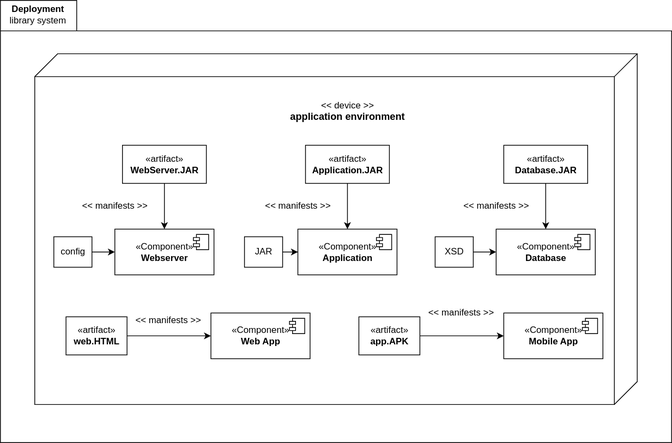
Before: UML-Deployment-Diagram-Library-System.svg, a diagram exported from draw.io (treeindev/uml-diagrams). Source tidied: cells renumbered, new cells last; positions are measured from the earlier drawing's top-left corner, leaving out a move shared by most shapes.
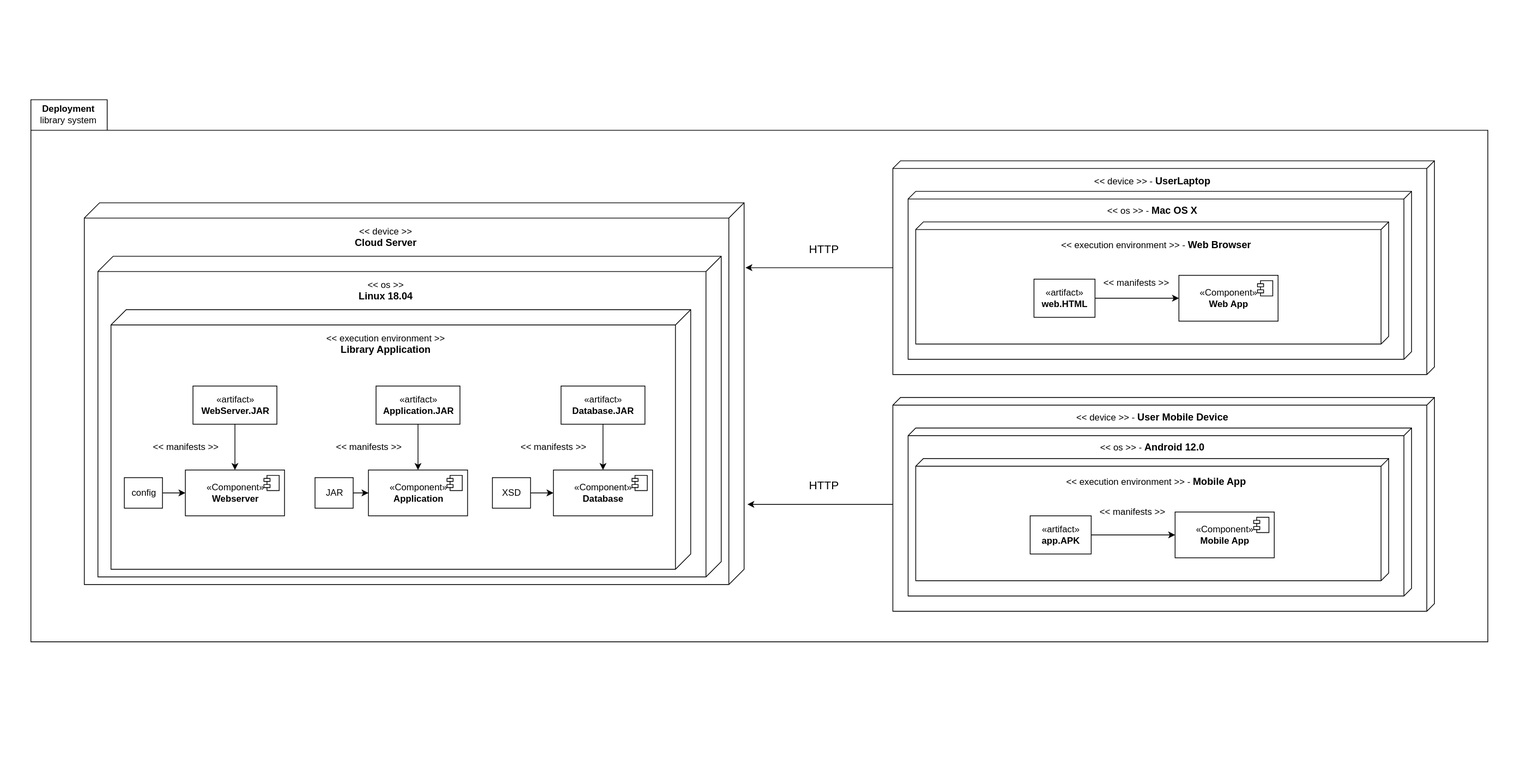
After the change.

Change to the diagram source:
```diff
@@ -2,120 +2,183 @@
   <root>
     <mxCell id="0" />
     <mxCell id="1" parent="0" />
-    <mxCell id="2" style="shape=folder;fontStyle=1;spacingTop=10;tabWidth=100;tabHeight=40;tabPosition=left;html=1;" parent="1" vertex="1">
-      <mxGeometry width="880" height="580" as="geometry" />
-    </mxCell>
+    <mxCell id="37" style="html=1;strokeColor=none;" parent="1" vertex="1">
+      <mxGeometry x="-40" y="590" width="2010" height="1005" as="geometry" />
+    </mxCell>
+    <mxCell id="38" style="shape=folder;fontStyle=1;spacingTop=10;tabWidth=100;tabHeight=40;tabPosition=left;html=1;" parent="1" vertex="1">
+      <mxGeometry y="720" width="1910" height="710" as="geometry" />
+    </mxCell>
     <mxCell id="3" value="&lt;b&gt;Deployment&lt;/b&gt;&lt;br&gt;library system" style="text;html=1;align=center;verticalAlign=middle;strokeColor=none;fillColor=none;" parent="1" vertex="1">
-      <mxGeometry x="4" y="4" width="90" height="30" as="geometry" />
+      <mxGeometry x="4" y="724" width="90" height="30" as="geometry" />
     </mxCell>
-    <mxCell id="4" value="&lt;br&gt;" style="verticalAlign=top;align=left;spacingTop=8;spacingLeft=2;spacingRight=12;shape=cube;size=30;direction=south;fontStyle=4;html=1;" parent="1" vertex="1">
-      <mxGeometry x="45" y="70" width="790" height="460" as="geometry" />
-    </mxCell>
-    <mxCell id="5" value="&amp;lt;&amp;lt; device &amp;gt;&amp;gt;&lt;br&gt;&lt;b&gt;&lt;font style=&quot;font-size: 13px&quot;&gt;application environment&lt;/font&gt;&lt;/b&gt;" style="text;html=1;align=center;verticalAlign=middle;strokeColor=none;fillColor=none;" parent="1" vertex="1">
-      <mxGeometry x="370" y="130" width="170" height="30" as="geometry" />
-    </mxCell>
+    <mxCell id="39" value="&lt;br&gt;" style="verticalAlign=top;align=left;spacingTop=8;spacingLeft=2;spacingRight=12;shape=cube;size=20;direction=south;fontStyle=4;html=1;" parent="1" vertex="1">
+      <mxGeometry x="70" y="855" width="865" height="500" as="geometry" />
+    </mxCell>
+    <mxCell id="40" value="&amp;lt;&amp;lt; device &amp;gt;&amp;gt;&lt;br&gt;&lt;b&gt;&lt;font style=&quot;font-size: 13px&quot;&gt;Cloud Server&lt;/font&gt;&lt;/b&gt;" style="text;html=1;align=center;verticalAlign=middle;strokeColor=none;fillColor=none;" parent="1" vertex="1">
+      <mxGeometry x="415" y="885" width="100" height="30" as="geometry" />
+    </mxCell>
+    <mxCell id="41" value="&lt;br&gt;" style="verticalAlign=top;align=left;spacingTop=8;spacingLeft=2;spacingRight=12;shape=cube;size=20;direction=south;fontStyle=4;html=1;" parent="1" vertex="1">
+      <mxGeometry x="87.9" y="925" width="817.1" height="420" as="geometry" />
+    </mxCell>
+    <mxCell id="42" value="&amp;lt;&amp;lt; os &amp;gt;&amp;gt;&lt;br&gt;&lt;b&gt;&lt;font style=&quot;font-size: 13px&quot;&gt;Linux 18.04&lt;/font&gt;&lt;/b&gt;" style="text;html=1;align=center;verticalAlign=middle;strokeColor=none;fillColor=none;" parent="1" vertex="1">
+      <mxGeometry x="420" y="955" width="90" height="30" as="geometry" />
+    </mxCell>
+    <mxCell id="43" value="&lt;br&gt;" style="verticalAlign=top;align=left;spacingTop=8;spacingLeft=2;spacingRight=12;shape=cube;size=20;direction=south;fontStyle=4;html=1;" parent="1" vertex="1">
+      <mxGeometry x="105" y="995" width="760" height="340" as="geometry" />
+    </mxCell>
+    <mxCell id="44" value="&amp;lt;&amp;lt; execution environment &amp;gt;&amp;gt;&lt;br&gt;&lt;span style=&quot;font-size: 13px&quot;&gt;&lt;b&gt;Library Application&lt;/b&gt;&lt;/span&gt;" style="text;html=1;align=center;verticalAlign=middle;strokeColor=none;fillColor=none;" parent="1" vertex="1">
+      <mxGeometry x="380" y="1025" width="170" height="30" as="geometry" />
+    </mxCell>
     <mxCell id="6" style="edgeStyle=orthogonalEdgeStyle;rounded=0;jettySize=auto;html=1;entryX=0.5;entryY=0;entryDx=0;entryDy=0;" parent="1" edge="1" source="7" target="12">
       <mxGeometry relative="1" as="geometry" />
     </mxCell>
     <mxCell id="7" value="«artifact»&lt;br&gt;&lt;b&gt;WebServer.JAR&lt;/b&gt;" style="html=1;" parent="1" vertex="1">
-      <mxGeometry x="160" y="190" width="110" height="50" as="geometry" />
+      <mxGeometry x="212.5" y="1095" width="110" height="50" as="geometry" />
     </mxCell>
     <mxCell id="8" style="edgeStyle=orthogonalEdgeStyle;rounded=0;jettySize=auto;html=1;" parent="1" edge="1" source="9" target="15">
       <mxGeometry relative="1" as="geometry" />
     </mxCell>
     <mxCell id="9" value="«artifact»&lt;br&gt;&lt;b&gt;Application.JAR&lt;/b&gt;" style="html=1;" parent="1" vertex="1">
-      <mxGeometry x="400" y="190" width="110" height="50" as="geometry" />
+      <mxGeometry x="452.5" y="1095" width="110" height="50" as="geometry" />
     </mxCell>
     <mxCell id="10" style="edgeStyle=orthogonalEdgeStyle;rounded=0;jettySize=auto;html=1;" parent="1" edge="1" source="11" target="18">
       <mxGeometry relative="1" as="geometry" />
     </mxCell>
     <mxCell id="11" value="«artifact»&lt;br&gt;&lt;b&gt;Database.JAR&lt;/b&gt;" style="html=1;" parent="1" vertex="1">
-      <mxGeometry x="660" y="190" width="110" height="50" as="geometry" />
+      <mxGeometry x="695" y="1095" width="110" height="50" as="geometry" />
     </mxCell>
     <mxCell id="12" value="«Component»&lt;br&gt;&lt;b&gt;Webserver&lt;/b&gt;" style="html=1;" parent="1" vertex="1">
-      <mxGeometry x="150" y="300" width="130" height="60" as="geometry" />
+      <mxGeometry x="202.5" y="1205" width="130" height="60" as="geometry" />
     </mxCell>
-    <mxCell id="13" style="shape=module;jettyWidth=8;jettyHeight=4;" parent="12" vertex="1">
-      <mxGeometry x="1" width="20" height="20" relative="1" as="geometry">
-        <mxPoint x="-27" y="7" as="offset" />
-      </mxGeometry>
-    </mxCell>
-    <mxCell id="14" value="&amp;lt;&amp;lt; manifests &amp;gt;&amp;gt;" style="text;html=1;align=center;verticalAlign=middle;strokeColor=none;fillColor=none;" parent="1" vertex="1">
-      <mxGeometry x="100" y="260" width="100" height="20" as="geometry" />
-    </mxCell>
+    <mxCell id="45" style="shape=module;jettyWidth=8;jettyHeight=4;" parent="12" vertex="1">
+      <mxGeometry x="1" width="20" height="20" relative="1" as="geometry">
+        <mxPoint x="-27" y="7" as="offset" />
+      </mxGeometry>
+    </mxCell>
+    <mxCell id="46" value="&amp;lt;&amp;lt; manifests &amp;gt;&amp;gt;" style="text;html=1;align=center;verticalAlign=middle;strokeColor=none;fillColor=none;" parent="1" vertex="1">
+      <mxGeometry x="152.5" y="1165" width="100" height="20" as="geometry" />
+    </mxCell>
     <mxCell id="15" value="«Component»&lt;br&gt;&lt;b&gt;Application&lt;/b&gt;" style="html=1;" parent="1" vertex="1">
-      <mxGeometry x="390" y="300" width="130" height="60" as="geometry" />
+      <mxGeometry x="442.5" y="1205" width="130" height="60" as="geometry" />
     </mxCell>
-    <mxCell id="16" style="shape=module;jettyWidth=8;jettyHeight=4;" parent="15" vertex="1">
-      <mxGeometry x="1" width="20" height="20" relative="1" as="geometry">
-        <mxPoint x="-27" y="7" as="offset" />
-      </mxGeometry>
-    </mxCell>
-    <mxCell id="17" value="&amp;lt;&amp;lt; manifests &amp;gt;&amp;gt;" style="text;html=1;align=center;verticalAlign=middle;strokeColor=none;fillColor=none;" parent="1" vertex="1">
-      <mxGeometry x="340" y="260" width="100" height="20" as="geometry" />
-    </mxCell>
+    <mxCell id="47" style="shape=module;jettyWidth=8;jettyHeight=4;" parent="15" vertex="1">
+      <mxGeometry x="1" width="20" height="20" relative="1" as="geometry">
+        <mxPoint x="-27" y="7" as="offset" />
+      </mxGeometry>
+    </mxCell>
+    <mxCell id="48" value="&amp;lt;&amp;lt; manifests &amp;gt;&amp;gt;" style="text;html=1;align=center;verticalAlign=middle;strokeColor=none;fillColor=none;" parent="1" vertex="1">
+      <mxGeometry x="392.5" y="1165" width="100" height="20" as="geometry" />
+    </mxCell>
     <mxCell id="18" value="«Component»&lt;br&gt;&lt;b&gt;Database&lt;/b&gt;" style="html=1;" parent="1" vertex="1">
-      <mxGeometry x="650" y="300" width="130" height="60" as="geometry" />
+      <mxGeometry x="685" y="1205" width="130" height="60" as="geometry" />
     </mxCell>
-    <mxCell id="19" style="shape=module;jettyWidth=8;jettyHeight=4;" parent="18" vertex="1">
-      <mxGeometry x="1" width="20" height="20" relative="1" as="geometry">
-        <mxPoint x="-27" y="7" as="offset" />
-      </mxGeometry>
-    </mxCell>
-    <mxCell id="20" value="&amp;lt;&amp;lt; manifests &amp;gt;&amp;gt;" style="text;html=1;align=center;verticalAlign=middle;strokeColor=none;fillColor=none;" parent="1" vertex="1">
-      <mxGeometry x="600" y="260" width="100" height="20" as="geometry" />
-    </mxCell>
+    <mxCell id="49" style="shape=module;jettyWidth=8;jettyHeight=4;" parent="18" vertex="1">
+      <mxGeometry x="1" width="20" height="20" relative="1" as="geometry">
+        <mxPoint x="-27" y="7" as="offset" />
+      </mxGeometry>
+    </mxCell>
+    <mxCell id="50" value="&amp;lt;&amp;lt; manifests &amp;gt;&amp;gt;" style="text;html=1;align=center;verticalAlign=middle;strokeColor=none;fillColor=none;" parent="1" vertex="1">
+      <mxGeometry x="635" y="1165" width="100" height="20" as="geometry" />
+    </mxCell>
     <mxCell id="21" style="edgeStyle=orthogonalEdgeStyle;rounded=0;jettySize=auto;html=1;" parent="1" edge="1" source="22" target="12">
       <mxGeometry relative="1" as="geometry" />
     </mxCell>
     <mxCell id="22" value="config" style="html=1;" parent="1" vertex="1">
-      <mxGeometry x="70" y="310" width="50" height="40" as="geometry" />
+      <mxGeometry x="122.5" y="1215" width="50" height="40" as="geometry" />
     </mxCell>
     <mxCell id="23" style="edgeStyle=orthogonalEdgeStyle;rounded=0;jettySize=auto;html=1;entryX=0;entryY=0.5;entryDx=0;entryDy=0;" parent="1" edge="1" source="24" target="18">
       <mxGeometry relative="1" as="geometry" />
     </mxCell>
     <mxCell id="24" value="XSD" style="html=1;" parent="1" vertex="1">
-      <mxGeometry x="570" y="310" width="50" height="40" as="geometry" />
+      <mxGeometry x="605" y="1215" width="50" height="40" as="geometry" />
     </mxCell>
     <mxCell id="25" style="edgeStyle=orthogonalEdgeStyle;rounded=0;jettySize=auto;html=1;entryX=0;entryY=0.5;entryDx=0;entryDy=0;" parent="1" edge="1" source="26" target="15">
       <mxGeometry relative="1" as="geometry" />
     </mxCell>
     <mxCell id="26" value="JAR" style="html=1;" parent="1" vertex="1">
-      <mxGeometry x="320" y="310" width="50" height="40" as="geometry" />
+      <mxGeometry x="372.5" y="1215" width="50" height="40" as="geometry" />
     </mxCell>
+    <mxCell id="51" style="edgeStyle=orthogonalEdgeStyle;rounded=0;jettySize=auto;html=1;entryX=0.17;entryY=-0.002;entryDx=0;entryDy=0;entryPerimeter=0;" parent="1" edge="1" source="52" target="39">
+      <mxGeometry relative="1" as="geometry" />
+    </mxCell>
+    <mxCell id="52" value="&lt;br&gt;" style="verticalAlign=top;align=left;spacingTop=8;spacingLeft=2;spacingRight=12;shape=cube;size=10;direction=south;fontStyle=4;html=1;" parent="1" vertex="1">
+      <mxGeometry x="1130" y="800" width="710" height="280" as="geometry" />
+    </mxCell>
+    <mxCell id="53" value="&lt;br&gt;" style="verticalAlign=top;align=left;spacingTop=8;spacingLeft=2;spacingRight=12;shape=cube;size=10;direction=south;fontStyle=4;html=1;" parent="1" vertex="1">
+      <mxGeometry x="1150" y="840" width="660" height="220" as="geometry" />
+    </mxCell>
+    <mxCell id="54" value="&lt;br&gt;" style="verticalAlign=top;align=left;spacingTop=8;spacingLeft=2;spacingRight=12;shape=cube;size=10;direction=south;fontStyle=4;html=1;" parent="1" vertex="1">
+      <mxGeometry x="1160" y="880" width="620" height="160" as="geometry" />
+    </mxCell>
+    <mxCell id="55" value="&amp;lt;&amp;lt; device &amp;gt;&amp;gt; -&amp;nbsp;&lt;b&gt;&lt;font style=&quot;font-size: 13px&quot;&gt;UserLaptop&lt;/font&gt;&lt;/b&gt;" style="text;html=1;align=center;verticalAlign=middle;strokeColor=none;fillColor=none;" parent="1" vertex="1">
+      <mxGeometry x="1385" y="816" width="170" height="20" as="geometry" />
+    </mxCell>
+    <mxCell id="56" value="&amp;lt;&amp;lt; os &amp;gt;&amp;gt; -&amp;nbsp;&lt;b&gt;&lt;font style=&quot;font-size: 13px&quot;&gt;Mac OS X&lt;/font&gt;&lt;/b&gt;" style="text;html=1;align=center;verticalAlign=middle;strokeColor=none;fillColor=none;" parent="1" vertex="1">
+      <mxGeometry x="1405" y="855" width="130" height="20" as="geometry" />
+    </mxCell>
+    <mxCell id="57" value="&amp;lt;&amp;lt; execution environment &amp;gt;&amp;gt; -&amp;nbsp;&lt;b&gt;&lt;font style=&quot;font-size: 13px&quot;&gt;Web Browser&lt;/font&gt;&lt;/b&gt;" style="text;html=1;align=center;verticalAlign=middle;strokeColor=none;fillColor=none;" parent="1" vertex="1">
+      <mxGeometry x="1345" y="900" width="260" height="20" as="geometry" />
+    </mxCell>
     <mxCell id="27" value="«Component»&lt;br&gt;&lt;b&gt;Web App&lt;/b&gt;" style="html=1;" parent="1" vertex="1">
-      <mxGeometry x="276" y="410" width="130" height="60" as="geometry" />
+      <mxGeometry x="1505" y="950" width="130" height="60" as="geometry" />
     </mxCell>
-    <mxCell id="28" style="shape=module;jettyWidth=8;jettyHeight=4;" parent="27" vertex="1">
-      <mxGeometry x="1" width="20" height="20" relative="1" as="geometry">
-        <mxPoint x="-27" y="7" as="offset" />
-      </mxGeometry>
-    </mxCell>
-    <mxCell id="29" value="«Component»&lt;br&gt;&lt;b&gt;Mobile App&lt;br&gt;&lt;/b&gt;" style="html=1;" parent="1" vertex="1">
-      <mxGeometry x="660" y="410" width="130" height="60" as="geometry" />
-    </mxCell>
-    <mxCell id="30" style="shape=module;jettyWidth=8;jettyHeight=4;" parent="29" vertex="1">
-      <mxGeometry x="1" width="20" height="20" relative="1" as="geometry">
-        <mxPoint x="-27" y="7" as="offset" />
-      </mxGeometry>
-    </mxCell>
+    <mxCell id="58" style="shape=module;jettyWidth=8;jettyHeight=4;" parent="27" vertex="1">
+      <mxGeometry x="1" width="20" height="20" relative="1" as="geometry">
+        <mxPoint x="-27" y="7" as="offset" />
+      </mxGeometry>
+    </mxCell>
     <mxCell id="31" style="edgeStyle=orthogonalEdgeStyle;rounded=0;jettySize=auto;html=1;" parent="1" edge="1" source="32" target="27">
       <mxGeometry relative="1" as="geometry" />
     </mxCell>
     <mxCell id="32" value="«artifact»&lt;br&gt;&lt;b&gt;web.HTML&lt;/b&gt;" style="html=1;" parent="1" vertex="1">
-      <mxGeometry x="86" y="415" width="80" height="50" as="geometry" />
+      <mxGeometry x="1315" y="955" width="80" height="50" as="geometry" />
     </mxCell>
+    <mxCell id="59" value="&amp;lt;&amp;lt; manifests &amp;gt;&amp;gt;" style="text;html=1;align=center;verticalAlign=middle;strokeColor=none;fillColor=none;" parent="1" vertex="1">
+      <mxGeometry x="1399" y="950" width="100" height="20" as="geometry" />
+    </mxCell>
+    <mxCell id="60" style="edgeStyle=orthogonalEdgeStyle;rounded=0;jettySize=auto;html=1;entryX=0.79;entryY=-0.005;entryDx=0;entryDy=0;entryPerimeter=0;" parent="1" edge="1" source="61" target="39">
+      <mxGeometry relative="1" as="geometry" />
+    </mxCell>
+    <mxCell id="61" value="&lt;br&gt;" style="verticalAlign=top;align=left;spacingTop=8;spacingLeft=2;spacingRight=12;shape=cube;size=10;direction=south;fontStyle=4;html=1;" parent="1" vertex="1">
+      <mxGeometry x="1130" y="1110" width="710" height="280" as="geometry" />
+    </mxCell>
+    <mxCell id="62" value="&lt;br&gt;" style="verticalAlign=top;align=left;spacingTop=8;spacingLeft=2;spacingRight=12;shape=cube;size=10;direction=south;fontStyle=4;html=1;" parent="1" vertex="1">
+      <mxGeometry x="1150" y="1150" width="660" height="220" as="geometry" />
+    </mxCell>
+    <mxCell id="63" value="&lt;br&gt;" style="verticalAlign=top;align=left;spacingTop=8;spacingLeft=2;spacingRight=12;shape=cube;size=10;direction=south;fontStyle=4;html=1;" parent="1" vertex="1">
+      <mxGeometry x="1160" y="1190" width="620" height="160" as="geometry" />
+    </mxCell>
+    <mxCell id="64" value="&amp;lt;&amp;lt; device &amp;gt;&amp;gt; -&amp;nbsp;&lt;b&gt;&lt;font style=&quot;font-size: 13px&quot;&gt;User Mobile Device&lt;/font&gt;&lt;/b&gt;" style="text;html=1;align=center;verticalAlign=middle;strokeColor=none;fillColor=none;" parent="1" vertex="1">
+      <mxGeometry x="1365" y="1126" width="210" height="20" as="geometry" />
+    </mxCell>
+    <mxCell id="65" value="&amp;lt;&amp;lt; os &amp;gt;&amp;gt; -&amp;nbsp;&lt;b&gt;&lt;font style=&quot;font-size: 13px&quot;&gt;Android 12.0&lt;/font&gt;&lt;/b&gt;" style="text;html=1;align=center;verticalAlign=middle;strokeColor=none;fillColor=none;" parent="1" vertex="1">
+      <mxGeometry x="1395" y="1165" width="150" height="20" as="geometry" />
+    </mxCell>
+    <mxCell id="66" value="&amp;lt;&amp;lt; execution environment &amp;gt;&amp;gt; -&amp;nbsp;&lt;b&gt;&lt;font style=&quot;font-size: 13px&quot;&gt;Mobile App&lt;/font&gt;&lt;/b&gt;" style="text;html=1;align=center;verticalAlign=middle;strokeColor=none;fillColor=none;" parent="1" vertex="1">
+      <mxGeometry x="1350" y="1210" width="250" height="20" as="geometry" />
+    </mxCell>
+    <mxCell id="29" value="«Component»&lt;br&gt;&lt;b&gt;Mobile App&lt;br&gt;&lt;/b&gt;" style="html=1;" parent="1" vertex="1">
+      <mxGeometry x="1500" y="1260" width="130" height="60" as="geometry" />
+    </mxCell>
+    <mxCell id="67" style="shape=module;jettyWidth=8;jettyHeight=4;" parent="29" vertex="1">
+      <mxGeometry x="1" width="20" height="20" relative="1" as="geometry">
+        <mxPoint x="-27" y="7" as="offset" />
+      </mxGeometry>
+    </mxCell>
     <mxCell id="33" style="edgeStyle=orthogonalEdgeStyle;rounded=0;jettySize=auto;html=1;entryX=0;entryY=0.5;entryDx=0;entryDy=0;" parent="1" edge="1" source="34" target="29">
       <mxGeometry relative="1" as="geometry" />
     </mxCell>
     <mxCell id="34" value="«artifact»&lt;br&gt;&lt;b&gt;app.APK&lt;/b&gt;" style="html=1;" parent="1" vertex="1">
-      <mxGeometry x="470" y="415" width="80" height="50" as="geometry" />
+      <mxGeometry x="1310" y="1265" width="80" height="50" as="geometry" />
     </mxCell>
-    <mxCell id="35" value="&amp;lt;&amp;lt; manifests &amp;gt;&amp;gt;" style="text;html=1;align=center;verticalAlign=middle;strokeColor=none;fillColor=none;" parent="1" vertex="1">
-      <mxGeometry x="170" y="410" width="100" height="20" as="geometry" />
-    </mxCell>
-    <mxCell id="36" value="&amp;lt;&amp;lt; manifests &amp;gt;&amp;gt;" style="text;html=1;align=center;verticalAlign=middle;strokeColor=none;fillColor=none;" parent="1" vertex="1">
-      <mxGeometry x="554" y="400" width="100" height="20" as="geometry" />
-    </mxCell>
+    <mxCell id="68" value="&amp;lt;&amp;lt; manifests &amp;gt;&amp;gt;" style="text;html=1;align=center;verticalAlign=middle;strokeColor=none;fillColor=none;" parent="1" vertex="1">
+      <mxGeometry x="1394" y="1250" width="100" height="20" as="geometry" />
+    </mxCell>
+    <mxCell id="69" value="HTTP" style="text;html=1;strokeColor=none;fillColor=none;align=center;verticalAlign=middle;whiteSpace=wrap;rounded=0;fontSize=15;" parent="1" vertex="1">
+      <mxGeometry x="1020" y="905" width="40" height="20" as="geometry" />
+    </mxCell>
+    <mxCell id="70" value="HTTP" style="text;html=1;strokeColor=none;fillColor=none;align=center;verticalAlign=middle;whiteSpace=wrap;rounded=0;fontSize=15;" parent="1" vertex="1">
+      <mxGeometry x="1020" y="1215" width="40" height="20" as="geometry" />
+    </mxCell>
   </root>
 </mxGraphModel>
```
